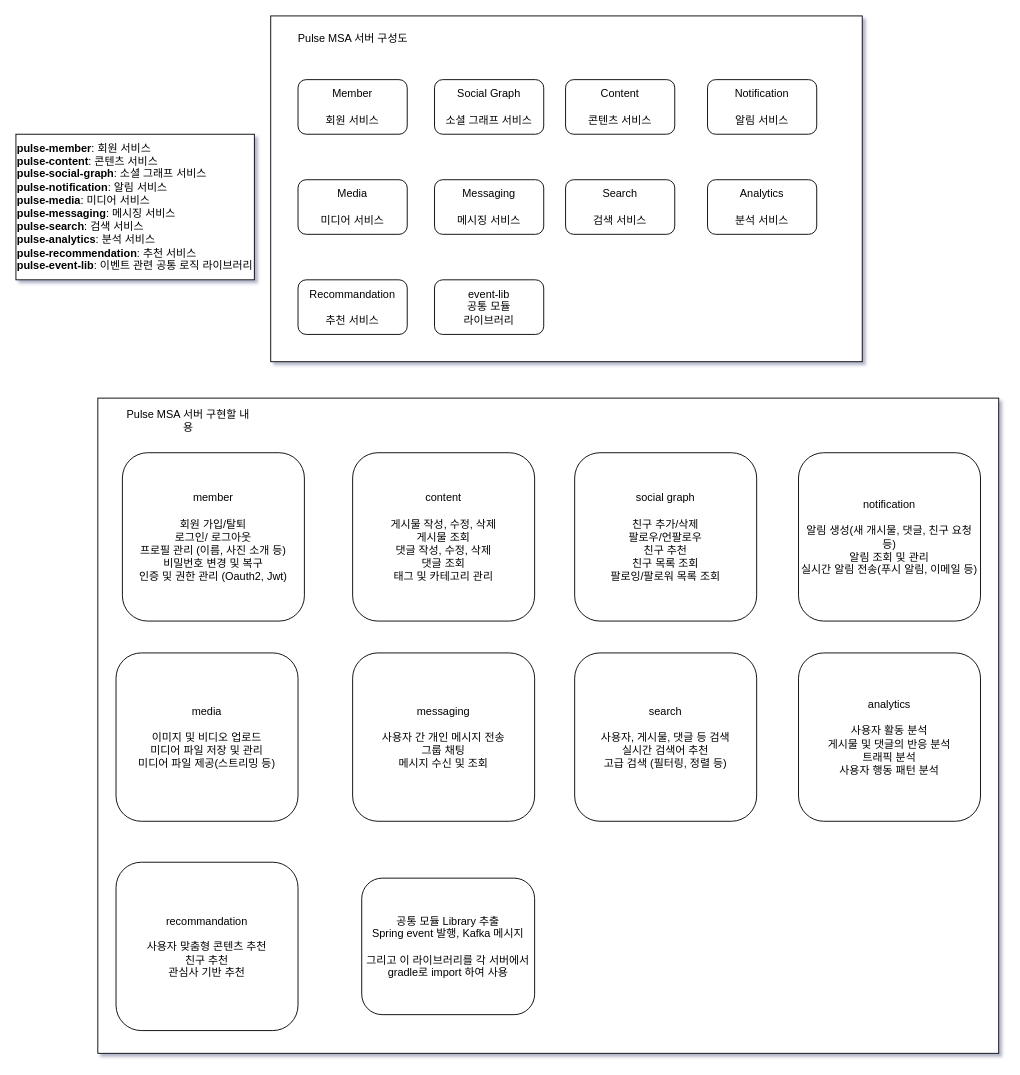
The draw.io diagram Pulse-msa.drawio in AmazingEffect/pulse-document, before the edit. Source tidied: cells renumbered, new cells numbered last; positions are measured from the earlier drawing's top-left corner, leaving out a move shared by most shapes. Both pictures are drawn from the tidied source at 91%, with x=0, y=0 at pixel (15, 15).
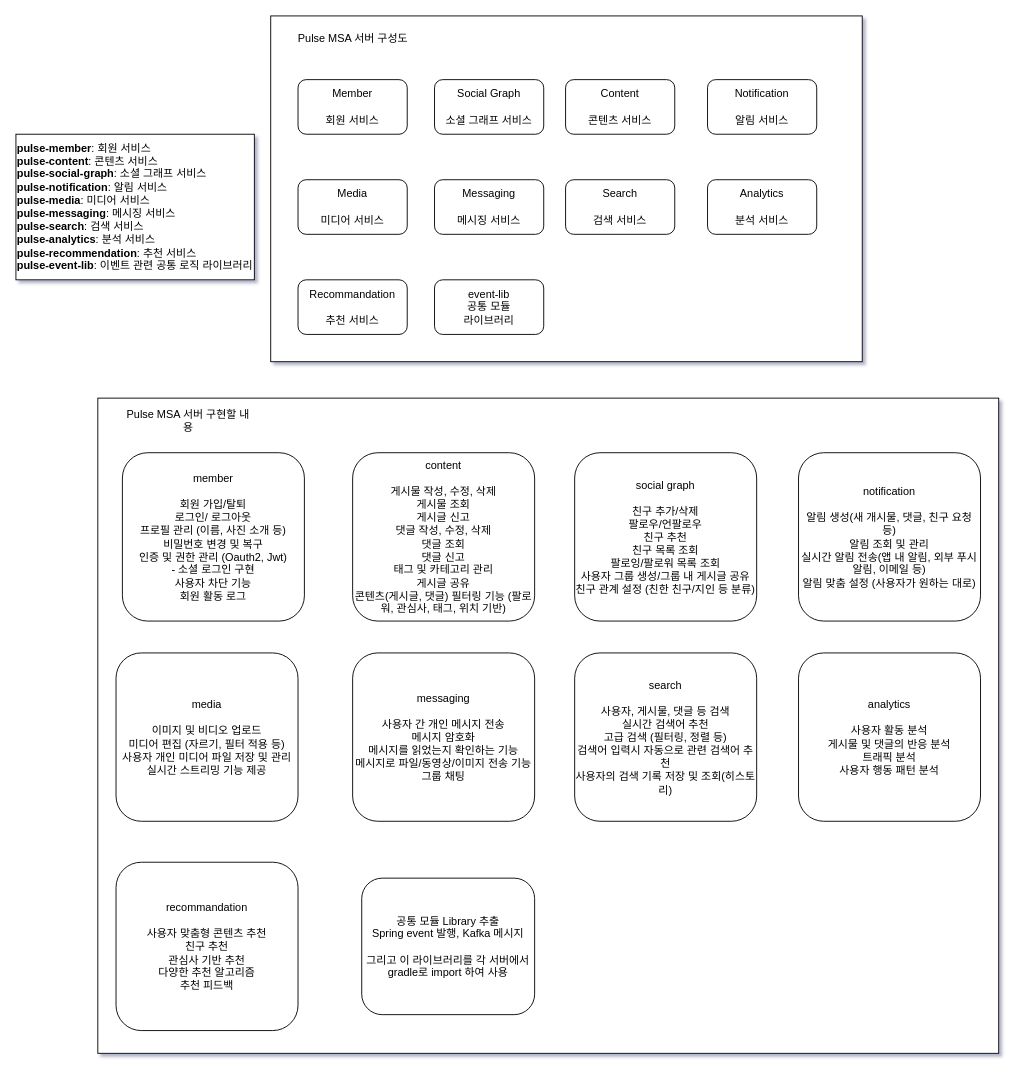
The same page after the edit.

Commit message:
feat: 기능설명 추가

The edit, as a diff of the source:
```diff
@@
-    <mxCell id="14" value="member&lt;br&gt;&lt;br&gt;회원 가입/탈퇴&lt;br&gt;로그인/ 로그아웃&lt;br&gt;프로필 관리 (이름, 사진 소개 등)&lt;br&gt;비밀번호 변경 및 복구&lt;br&gt;인증 및 권한 관리 (Oauth2, Jwt)" style="rounded=1;whiteSpace=wrap;html=1;" parent="1" vertex="1">
+    <mxCell id="14" value="member&lt;br&gt;&lt;br&gt;회원 가입/탈퇴&lt;br&gt;로그인/ 로그아웃&lt;br&gt;프로필 관리 (이름, 사진 소개 등)&lt;br&gt;비밀번호 변경 및 복구&lt;br&gt;인증 및 권한 관리 (Oauth2, Jwt)&lt;br&gt;- 소셜 로그인 구현&lt;br&gt;사용자 차단 기능&lt;br&gt;회원 활동 로그" style="rounded=1;whiteSpace=wrap;html=1;" parent="1" vertex="1">
       <mxGeometry x="117" y="480" width="200" height="185" as="geometry" />
     </mxCell>
-    <mxCell id="15" value="content&lt;br&gt;&lt;br&gt;게시물 작성, 수정, 삭제&lt;br&gt;게시물 조회&lt;br&gt;댓글 작성, 수정, 삭제&lt;br&gt;댓글 조회&lt;br&gt;태그 및 카테고리 관리" style="rounded=1;whiteSpace=wrap;html=1;" parent="1" vertex="1">
+    <mxCell id="15" value="content&lt;br&gt;&lt;br&gt;게시물 작성, 수정, 삭제&lt;br&gt;게시물 조회&lt;br&gt;게시글 신고&lt;br&gt;댓글 작성, 수정, 삭제&lt;br&gt;댓글 조회&lt;br&gt;댓글 신고&lt;br&gt;태그 및 카테고리 관리&lt;br&gt;게시글 공유&lt;br&gt;콘텐츠(게시글, 댓글) 필터링 기능 (팔로워, 관심사, 태그, 위치 기반)" style="rounded=1;whiteSpace=wrap;html=1;" parent="1" vertex="1">
       <mxGeometry x="370" y="480" width="200" height="185" as="geometry" />
     </mxCell>
-    <mxCell id="16" value="social graph&lt;br&gt;&lt;br&gt;친구 추가/삭제&lt;br&gt;팔로우/언팔로우&lt;br&gt;친구 추천&lt;br&gt;친구 목록 조회&lt;br&gt;팔로잉/팔로워 목록 조회" style="rounded=1;whiteSpace=wrap;html=1;" parent="1" vertex="1">
+    <mxCell id="16" value="social graph&lt;br&gt;&lt;br&gt;친구 추가/삭제&lt;br&gt;팔로우/언팔로우&lt;br&gt;친구 추천&lt;br&gt;친구 목록 조회&lt;br&gt;팔로잉/팔로워 목록 조회&lt;br&gt;사용자 그룹 생성/그룹 내 게시글 공유&lt;br&gt;친구 관계 설정 (친한 친구/지인 등 분류)" style="rounded=1;whiteSpace=wrap;html=1;" parent="1" vertex="1">
       <mxGeometry x="614" y="480" width="200" height="185" as="geometry" />
     </mxCell>
-    <mxCell id="17" value="notification&lt;br&gt;&lt;br&gt;알림 생성(새 개시물, 댓글, 친구 요청 등)&lt;br&gt;알림 조회 및 관리&lt;br&gt;실시간 알림 전송(푸시 알림, 이메일 등)" style="rounded=1;whiteSpace=wrap;html=1;" parent="1" vertex="1">
+    <mxCell id="17" value="notification&lt;br&gt;&lt;br&gt;알림 생성(새 개시물, 댓글, 친구 요청 등)&lt;br&gt;알림 조회 및 관리&lt;br&gt;실시간 알림 전송(앱 내 알림, 외부 푸시 알림, 이메일 등)&lt;br&gt;알림 맞춤 설정 (사용자가 원하는 대로)" style="rounded=1;whiteSpace=wrap;html=1;" parent="1" vertex="1">
       <mxGeometry x="860" y="480" width="200" height="185" as="geometry" />
     </mxCell>
-    <mxCell id="18" value="media&lt;br&gt;&lt;br&gt;이미지 및 비디오 업로드&lt;br&gt;미디어 파일 저장 및 관리&lt;br&gt;미디어 파일 제공(스트리밍 등)" style="rounded=1;whiteSpace=wrap;html=1;" parent="1" vertex="1">
+    <mxCell id="18" value="media&lt;br&gt;&lt;br&gt;이미지 및 비디오 업로드&lt;br&gt;미디어 편집 (자르기, 필터 적용 등)&lt;br&gt;사용자 개인 미디어 파일 저장 및 관리&lt;br&gt;실시간 스트리밍 기능 제공" style="rounded=1;whiteSpace=wrap;html=1;" parent="1" vertex="1">
       <mxGeometry x="110" y="700" width="200" height="185" as="geometry" />
     </mxCell>
-    <mxCell id="19" value="messaging&lt;br&gt;&lt;br&gt;사용자 간 개인 메시지 전송&lt;br&gt;그룹 채팅&lt;br&gt;메시지 수신 및 조회" style="rounded=1;whiteSpace=wrap;html=1;" parent="1" vertex="1">
+    <mxCell id="19" value="messaging&lt;br&gt;&lt;br&gt;사용자 간 개인 메시지 전송&lt;br&gt;메시지 암호화&lt;br&gt;메시지를 읽었는지 확인하는 기능&lt;br&gt;메시지로 파일/동영상/이미지 전송 기능&lt;br&gt;그룹 채팅" style="rounded=1;whiteSpace=wrap;html=1;" parent="1" vertex="1">
       <mxGeometry x="370" y="700" width="200" height="185" as="geometry" />
     </mxCell>
-    <mxCell id="20" value="search&lt;br&gt;&lt;br&gt;사용자, 게시물, 댓글 등 검색&lt;br&gt;실시간 검색어 추천&lt;br&gt;고급 검색 (필터링, 정렬 등)" style="rounded=1;whiteSpace=wrap;html=1;" parent="1" vertex="1">
+    <mxCell id="20" value="search&lt;br&gt;&lt;br&gt;사용자, 게시물, 댓글 등 검색&lt;br&gt;실시간 검색어 추천&lt;br&gt;고급 검색 (필터링, 정렬 등)&lt;br&gt;검색어 입력시 자동으로 관련 검색어 추천&lt;br&gt;사용자의 검색 기록 저장 및 조회(히스토리)" style="rounded=1;whiteSpace=wrap;html=1;" parent="1" vertex="1">
       <mxGeometry x="614" y="700" width="200" height="185" as="geometry" />
     </mxCell>
-    <mxCell id="21" value="analytics&lt;br&gt;&lt;br&gt;사용자 활동 분석&lt;br&gt;게시물 및 댓글의 반응 분석&lt;br&gt;트래픽 분석&lt;br&gt;사용자 행동 패턴 분석" style="rounded=1;whiteSpace=wrap;html=1;" parent="1" vertex="1">
+    <mxCell id="21" value="analytics&lt;br&gt;&lt;br&gt;사용자 활동 분석&lt;br&gt;게시물 및 댓글의 반응 분석&lt;br&gt;트래픽 분석&lt;br&gt;사용자 행동 패턴 분석&lt;br&gt;" style="rounded=1;whiteSpace=wrap;html=1;" parent="1" vertex="1">
       <mxGeometry x="860" y="700" width="200" height="185" as="geometry" />
     </mxCell>
-    <mxCell id="22" value="recommandation&lt;br&gt;&lt;br&gt;사용자 맞춤형 콘텐츠 추천&lt;br&gt;친구 추천&lt;br&gt;관심사 기반 추천" style="rounded=1;whiteSpace=wrap;html=1;" parent="1" vertex="1">
+    <mxCell id="22" value="recommandation&lt;br&gt;&lt;br&gt;사용자 맞춤형 콘텐츠 추천&lt;br&gt;친구 추천&lt;br&gt;관심사 기반 추천&lt;br&gt;다양한 추천 알고리즘&lt;br style=&quot;border-color: var(--border-color);&quot;&gt;추천 피드백" style="rounded=1;whiteSpace=wrap;html=1;" parent="1" vertex="1">
       <mxGeometry x="110" y="930" width="200" height="185" as="geometry" />
     </mxCell>
```
